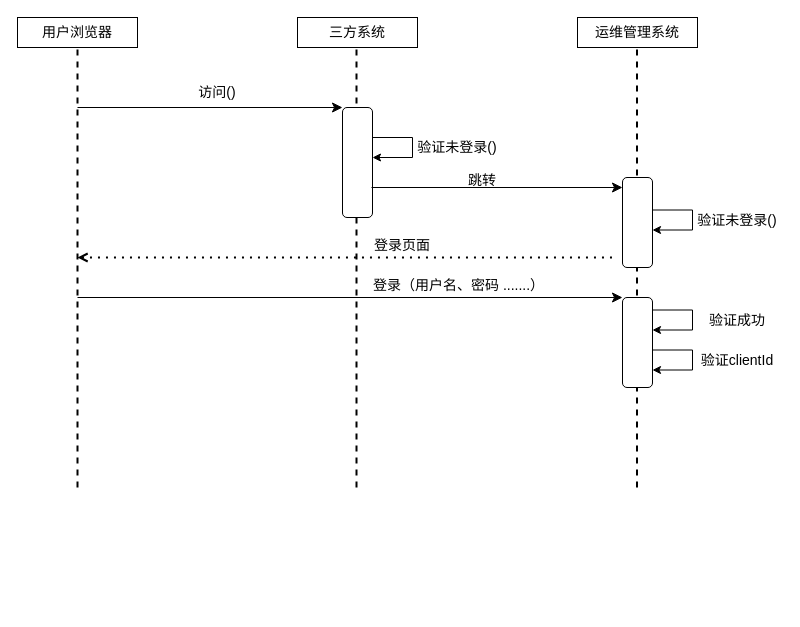
The draw.io diagram draw.io/单点登录.drawio in Liang-yonghui/draw, before the edit. Source tidied: cells renumbered, new cells numbered last; positions are measured from the earlier drawing's top-left corner, leaving out a move shared by most shapes. Both pictures are drawn from the tidied source at 100%, with x=0, y=0 at pixel (17, 17).
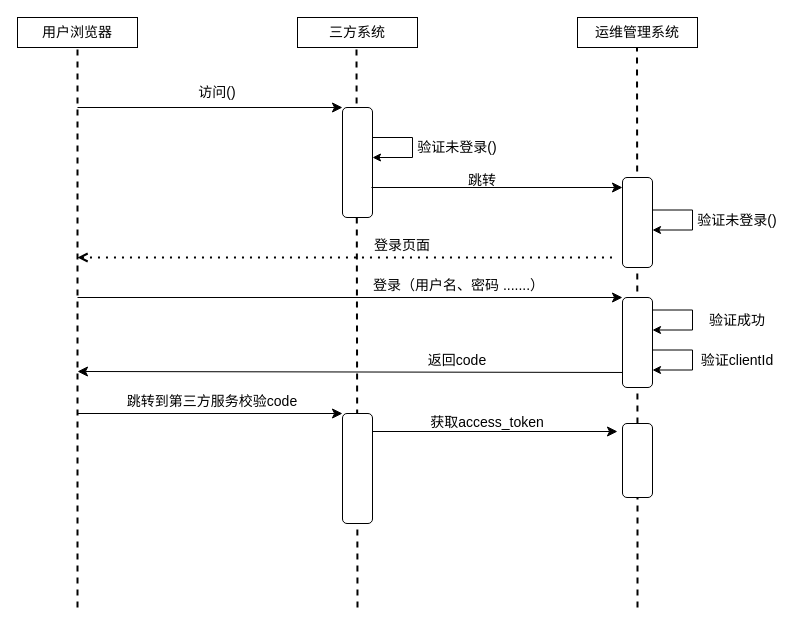
The same page after the edit.

Commit message (it also covers changes not shown here):
更新单点登录.drawio

The change refers to these unchanged cells:
```xml
<mxCell id="4" value="&lt;font style=&quot;font-size: 14px;&quot;&gt;用户浏览器&lt;/font&gt;" style="rounded=0;whiteSpace=wrap;html=1;" parent="1" vertex="1">
  <mxGeometry width="120" height="30" as="geometry" />
</mxCell>
<mxCell id="20" style="rounded=1;whiteSpace=wrap;html=1;" parent="1" vertex="1">
  <mxGeometry x="605" y="280" width="30" height="90" as="geometry" />
</mxCell>
```

Diff of the diagram source:
```diff
@@
-    <mxCell id="2" style="endArrow=none;dashed=1;html=1;rounded=0;entryX=0.5;entryY=1;entryDx=0;entryDy=0;strokeWidth=2;" parent="1" edge="1">
+    <mxCell id="2" style="endArrow=none;dashed=1;html=1;rounded=0;entryX=0.5;entryY=1;entryDx=0;entryDy=0;strokeWidth=2;" parent="1" edge="1" source="35">
       <mxGeometry relative="1" as="geometry">
-        <mxPoint x="619.5" y="470" as="sourcePoint" />
         <mxPoint x="619.5" y="30" as="targetPoint" />
       </mxGeometry>
     </mxCell>
     <mxCell id="3" style="endArrow=none;dashed=1;html=1;rounded=0;entryX=0.5;entryY=1;entryDx=0;entryDy=0;strokeWidth=2;" parent="1" edge="1">
       <mxGeometry relative="1" as="geometry">
-        <mxPoint x="339" y="470" as="sourcePoint" />
+        <mxPoint x="340" y="590" as="sourcePoint" />
         <mxPoint x="339" y="30" as="targetPoint" />
       </mxGeometry>
     </mxCell>
@@
     <mxCell id="7" style="endArrow=none;dashed=1;html=1;rounded=0;entryX=0.5;entryY=1;entryDx=0;entryDy=0;strokeWidth=2;" parent="1" edge="1" target="4">
       <mxGeometry relative="1" as="geometry">
-        <mxPoint x="60" y="470" as="sourcePoint" />
+        <mxPoint x="60" y="590" as="sourcePoint" />
       </mxGeometry>
     </mxCell>
@@
+    <mxCell id="27" style="endArrow=classic;html=1;rounded=0;endSize=8;exitX=0;exitY=0.833;exitDx=0;exitDy=0;exitPerimeter=0;" parent="1" edge="1" source="20">
+      <mxGeometry relative="1" as="geometry">
+        <mxPoint x="60" y="354" as="targetPoint" />
+      </mxGeometry>
+    </mxCell>
+    <mxCell id="28" value="&lt;span style=&quot;font-size: 14px;&quot;&gt;返回code&lt;/span&gt;" style="text;html=1;align=center;verticalAlign=middle;whiteSpace=wrap;rounded=0;" parent="1" vertex="1">
+      <mxGeometry x="355" y="330" width="170" height="25" as="geometry" />
+    </mxCell>
+    <mxCell id="29" style="endArrow=classic;html=1;rounded=0;entryX=0;entryY=0;entryDx=0;entryDy=0;endSize=8;" parent="1" edge="1">
+      <mxGeometry relative="1" as="geometry">
+        <mxPoint x="60" y="396" as="sourcePoint" />
+        <mxPoint x="325" y="396" as="targetPoint" />
+      </mxGeometry>
+    </mxCell>
+    <mxCell id="30" style="rounded=1;whiteSpace=wrap;html=1;" parent="1" vertex="1">
+      <mxGeometry x="325" y="396" width="30" height="110" as="geometry" />
+    </mxCell>
+    <mxCell id="31" value="&lt;span style=&quot;font-size: 14px;&quot;&gt;跳转到第三方服务校验code&lt;/span&gt;" style="text;html=1;align=center;verticalAlign=middle;whiteSpace=wrap;rounded=0;" parent="1" vertex="1">
+      <mxGeometry x="100" y="371" width="190" height="25" as="geometry" />
+    </mxCell>
+    <mxCell id="32" style="endArrow=classic;html=1;rounded=0;endSize=8;" parent="1" edge="1">
+      <mxGeometry relative="1" as="geometry">
+        <mxPoint x="355" y="414" as="sourcePoint" />
+        <mxPoint x="600" y="414" as="targetPoint" />
+      </mxGeometry>
+    </mxCell>
+    <mxCell id="33" value="&lt;span style=&quot;font-size: 14px;&quot;&gt;获取access_token&lt;/span&gt;" style="text;html=1;align=center;verticalAlign=middle;whiteSpace=wrap;rounded=0;" parent="1" vertex="1">
+      <mxGeometry x="400" y="395" width="140" height="20" as="geometry" />
+    </mxCell>
+    <mxCell id="34" style="endArrow=none;dashed=1;html=1;rounded=0;entryX=0.5;entryY=1;entryDx=0;entryDy=0;strokeWidth=2;" parent="1" edge="1" target="35">
+      <mxGeometry relative="1" as="geometry">
+        <mxPoint x="620" y="590" as="sourcePoint" />
+      </mxGeometry>
+    </mxCell>
+    <mxCell id="35" style="rounded=1;whiteSpace=wrap;html=1;" parent="1" vertex="1">
+      <mxGeometry x="605" y="406" width="30" height="74" as="geometry" />
+    </mxCell>
```
